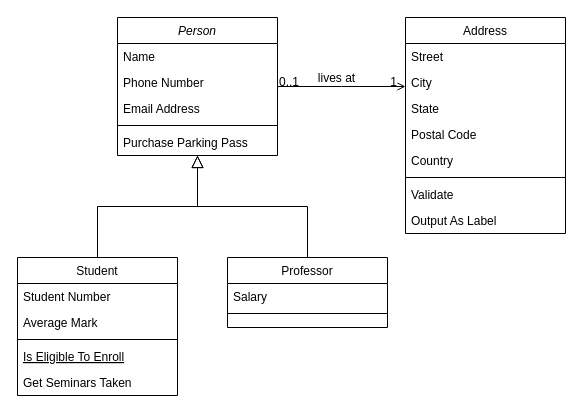
This is Başlıksız Diyagram.drawio from oguztimurtasdelen/project-sketch, a draw.io file, before an edit. Source tidied: cells renumbered, new cells numbered last; positions are measured from the earlier drawing's top-left corner, leaving out a move shared by most shapes. Both pictures are drawn from the tidied source at 100%, with x=0, y=0 at pixel (17, 17).
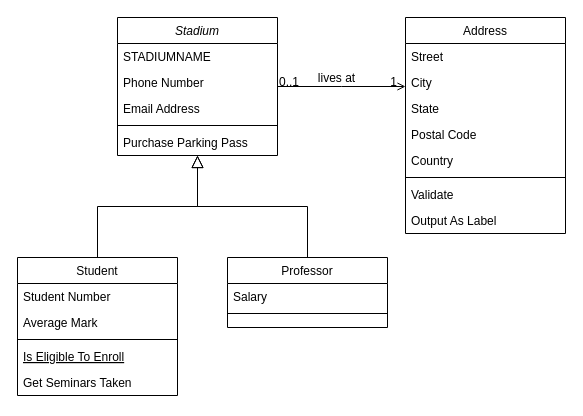
Above is the later version.

Change to the diagram source:
```diff
@@
-    <mxCell id="2" value="Person" style="swimlane;fontStyle=2;align=center;verticalAlign=top;horizontal=1;startSize=26;rounded=0;shadow=0;strokeWidth=1;" parent="1" vertex="1">
+    <mxCell id="2" value="Stadium" style="swimlane;fontStyle=2;align=center;verticalAlign=top;horizontal=1;startSize=26;rounded=0;shadow=0;strokeWidth=1;" parent="1" vertex="1">
       <mxGeometry x="100" width="160" height="138" as="geometry" />
     </mxCell>
-    <mxCell id="3" value="Name" style="text;align=left;verticalAlign=top;spacingLeft=4;spacingRight=4;overflow=hidden;" parent="2" vertex="1">
+    <mxCell id="3" value="STADIUMNAME" style="text;align=left;verticalAlign=top;spacingLeft=4;spacingRight=4;overflow=hidden;" parent="2" vertex="1">
       <mxGeometry y="26" width="160" height="26" as="geometry" />
     </mxCell>
```
